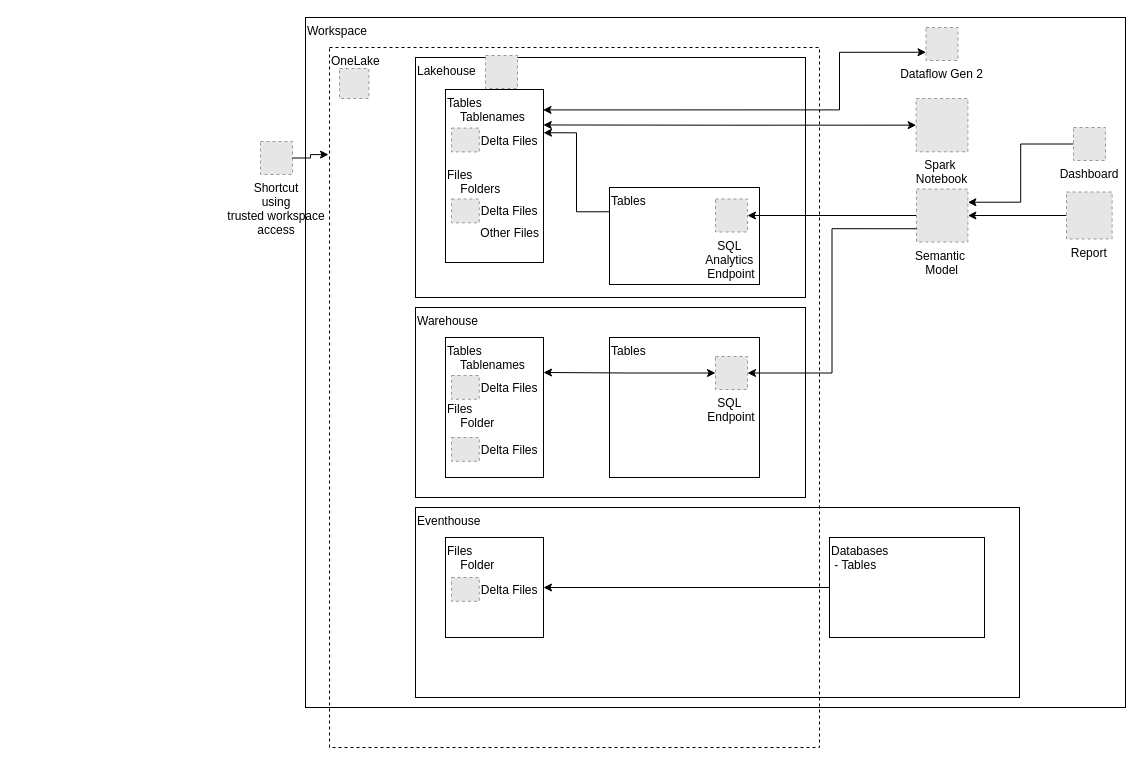
Earlier version of the draw.io diagram page "OneLake" (7 of 10) of Fabric.drawio (jugi92/useful_architectures). Source tidied: cells renumbered, new cells numbered last; positions are measured from the earlier drawing's top-left corner, leaving out a move shared by most shapes. Both pictures are drawn from the tidied source at 100%, with x=0, y=0 at pixel (260, 17). Pictures stored in the file or linked from it are replaced by grey dashed boxes.
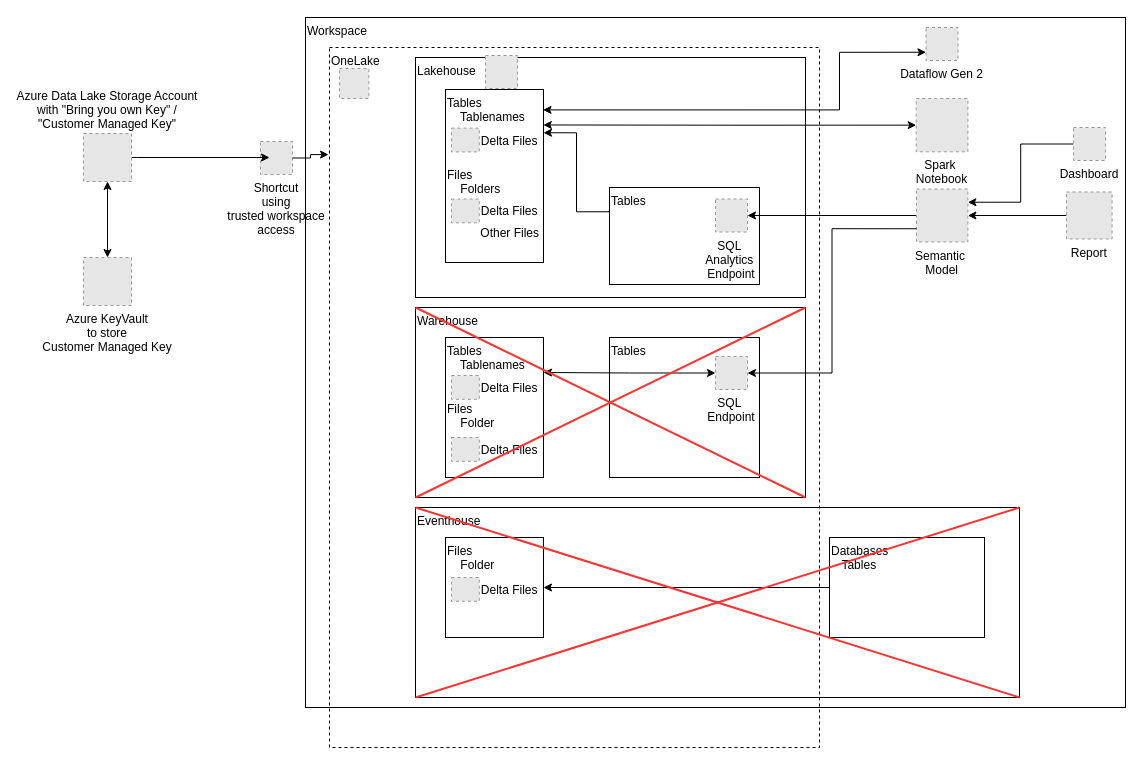
The same diagram, later.

The change refers to these unchanged cells:
```xml
<mxCell id="10" value="Warehouse" style="rounded=0;whiteSpace=wrap;html=1;align=left;verticalAlign=top;fillColor=none;" parent="1" vertex="1">
  <mxGeometry x="155" y="290" width="390" height="190" as="geometry" />
</mxCell>
<mxCell id="31" value="Eventhouse" style="rounded=0;whiteSpace=wrap;html=1;align=left;verticalAlign=top;fillColor=none;" parent="1" vertex="1">
  <mxGeometry x="155" y="490" width="604" height="190" as="geometry" />
</mxCell>
```

Diff of the diagram source:
```diff
@@
+    <mxCell id="38" parent="0" />
+    <mxCell id="39" style="endArrow=none;html=1;rounded=0;entryX=0;entryY=0;entryDx=0;entryDy=0;exitX=1;exitY=1;exitDx=0;exitDy=0;strokeWidth=2;strokeColor=#FF3333;" parent="38" edge="1" source="31" target="31">
+      <mxGeometry relative="1" as="geometry" />
+    </mxCell>
+    <mxCell id="40" style="endArrow=none;html=1;rounded=0;entryX=0;entryY=1;entryDx=0;entryDy=0;exitX=1;exitY=0;exitDx=0;exitDy=0;strokeWidth=2;strokeColor=#FF3333;" parent="38" edge="1" source="31" target="31">
+      <mxGeometry relative="1" as="geometry" />
+    </mxCell>
+    <mxCell id="41" style="endArrow=none;html=1;rounded=0;entryX=0;entryY=1;entryDx=0;entryDy=0;exitX=1;exitY=0;exitDx=0;exitDy=0;strokeWidth=2;strokeColor=#FF3333;" parent="38" edge="1" source="10" target="10">
+      <mxGeometry relative="1" as="geometry" />
+    </mxCell>
+    <mxCell id="42" style="endArrow=none;html=1;rounded=0;entryX=1;entryY=1;entryDx=0;entryDy=0;exitX=0;exitY=0;exitDx=0;exitDy=0;strokeWidth=2;strokeColor=#FF3333;" parent="38" edge="1" source="10" target="10">
+      <mxGeometry relative="1" as="geometry" />
+    </mxCell>
+    <mxCell id="43" style="edgeStyle=orthogonalEdgeStyle;rounded=0;jettySize=auto;html=1;exitX=1;exitY=0.5;exitDx=0;exitDy=0;" parent="38" edge="1" source="44">
+      <mxGeometry relative="1" as="geometry">
+        <mxPoint x="9" y="140" as="targetPoint" />
+        <Array as="points">
+          <mxPoint x="-123" y="140" />
+        </Array>
+      </mxGeometry>
+    </mxCell>
+    <mxCell id="44" value="Azure Data Lake Storage Account&#10;with &quot;Bring you own Key&quot; /&#10;&quot;Customer Managed Key&quot;" style="fillColor=#E6E6E6;strokeColor=#999999;dashed=1;verticalLabelPosition=top;verticalAlign=bottom;labelPosition=center;align=center;" parent="38" vertex="1">
+      <mxGeometry x="-177" y="116" width="48" height="48" as="geometry" />
+    </mxCell>
+    <mxCell id="45" style="edgeStyle=orthogonalEdgeStyle;rounded=0;jettySize=auto;html=1;exitX=0.5;exitY=0;exitDx=0;exitDy=0;startArrow=classic;startFill=1;" parent="38" edge="1" source="46" target="44">
+      <mxGeometry relative="1" as="geometry" />
+    </mxCell>
+    <mxCell id="46" value="Azure KeyVault &#10;to store &#10;Customer Managed Key" style="fillColor=#E6E6E6;strokeColor=#999999;dashed=1;verticalLabelPosition=bottom;verticalAlign=top;" parent="38" vertex="1">
+      <mxGeometry x="-177" y="240" width="48" height="48" as="geometry" />
+    </mxCell>
```
